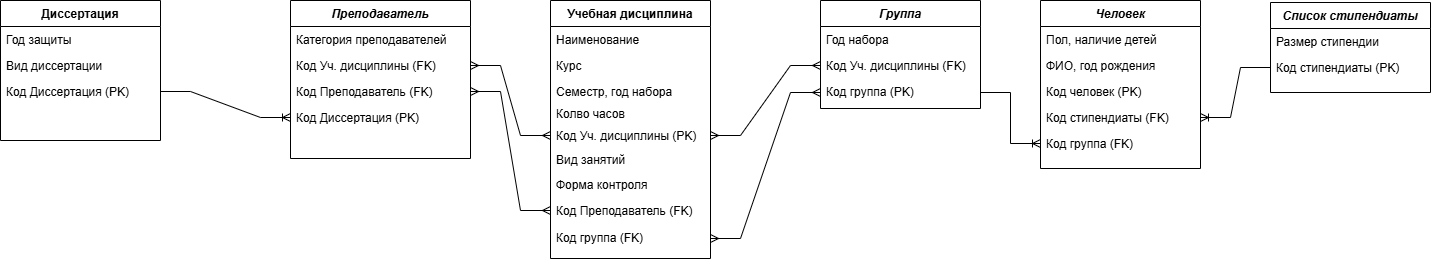
Before: БД 2 Хорошилова.drawio.png, a diagram exported from draw.io (ksinph/PSTU_LABS_2023). Source tidied: cells renumbered, new cells last; positions are measured from the earlier drawing's top-left corner, leaving out a move shared by most shapes.
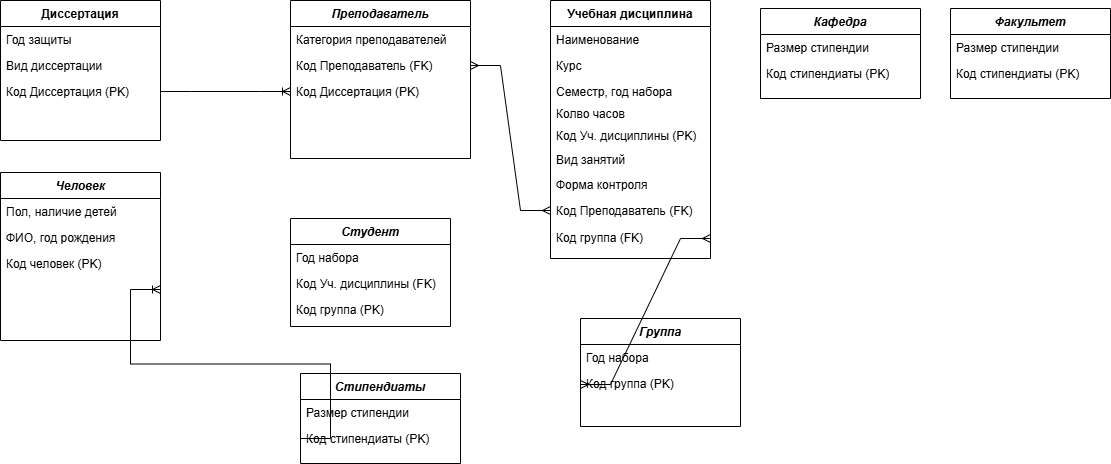
After the change.

What changed in the source:
```diff
@@ -3,7 +3,7 @@
     <mxCell id="0" />
     <mxCell id="1" parent="0" />
     <mxCell id="2" value="Человек" style="swimlane;fontStyle=3;align=center;verticalAlign=top;horizontal=1;startSize=26;rounded=0;shadow=0;strokeWidth=1;" parent="1" vertex="1">
-      <mxGeometry x="1040" width="160" height="168" as="geometry" />
+      <mxGeometry y="172" width="160" height="168" as="geometry" />
     </mxCell>
     <mxCell id="3" value="Пол, наличие детей" style="text;align=left;verticalAlign=top;spacingLeft=4;spacingRight=4;overflow=hidden;" parent="2" vertex="1">
       <mxGeometry y="26" width="160" height="26" as="geometry" />
@@ -14,12 +14,6 @@
     <mxCell id="5" value="Код человек (PK)" style="text;align=left;verticalAlign=top;spacingLeft=4;spacingRight=4;overflow=hidden;rounded=0;shadow=0;html=0;" parent="2" vertex="1">
       <mxGeometry y="78" width="160" height="26" as="geometry" />
     </mxCell>
-    <mxCell id="6" value="Код стипендиаты (FK)" style="text;align=left;verticalAlign=top;spacingLeft=4;spacingRight=4;overflow=hidden;points=[[0,0.5],[1,0.5]];portConstraint=eastwest;" parent="2" vertex="1">
-      <mxGeometry y="104" width="160" height="26" as="geometry" />
-    </mxCell>
-    <mxCell id="7" value="Код группа (FK)" style="text;align=left;verticalAlign=top;spacingLeft=4;spacingRight=4;overflow=hidden;points=[[0,0.5],[1,0.5]];portConstraint=eastwest;" parent="2" vertex="1">
-      <mxGeometry y="130" width="160" height="26" as="geometry" />
-    </mxCell>
     <mxCell id="8" value="Учебная дисциплина" style="swimlane;fontStyle=1;align=center;verticalAlign=top;horizontal=1;startSize=26;rounded=0;shadow=0;strokeWidth=1;" parent="1" vertex="1">
       <mxGeometry x="550" width="160" height="258" as="geometry" />
     </mxCell>
@@ -53,41 +47,35 @@
     <mxCell id="18" value="Форма контроля" style="text;align=left;verticalAlign=top;spacingLeft=4;spacingRight=4;overflow=hidden;" parent="1" vertex="1">
       <mxGeometry x="550" y="171" width="160" height="26" as="geometry" />
     </mxCell>
-    <mxCell id="19" value="Список стипендиаты" style="swimlane;fontStyle=3;align=center;verticalAlign=top;horizontal=1;startSize=26;rounded=0;shadow=0;strokeWidth=1;" parent="1" vertex="1">
-      <mxGeometry x="1270" y="2" width="160" height="90" as="geometry" />
-    </mxCell>
-    <mxCell id="20" value="Размер стипендии" style="text;align=left;verticalAlign=top;spacingLeft=4;spacingRight=4;overflow=hidden;" parent="19" vertex="1">
-      <mxGeometry y="26" width="160" height="26" as="geometry" />
-    </mxCell>
-    <mxCell id="21" value="Код стипендиаты (PK)" style="text;align=left;verticalAlign=top;spacingLeft=4;spacingRight=4;overflow=hidden;points=[[0,0.5],[1,0.5]];portConstraint=eastwest;" parent="19" vertex="1">
-      <mxGeometry y="52" width="160" height="26" as="geometry" />
-    </mxCell>
+    <mxCell id="41" value="Стипендиаты" style="swimlane;fontStyle=3;align=center;verticalAlign=top;horizontal=1;startSize=26;rounded=0;shadow=0;strokeWidth=1;" parent="1" vertex="1">
+      <mxGeometry x="300" y="373" width="160" height="90" as="geometry" />
+    </mxCell>
+    <mxCell id="42" value="Размер стипендии" style="text;align=left;verticalAlign=top;spacingLeft=4;spacingRight=4;overflow=hidden;" parent="41" vertex="1">
+      <mxGeometry y="26" width="160" height="26" as="geometry" />
+    </mxCell>
+    <mxCell id="43" value="Код стипендиаты (PK)" style="text;align=left;verticalAlign=top;spacingLeft=4;spacingRight=4;overflow=hidden;points=[[0,0.5],[1,0.5]];portConstraint=eastwest;" parent="41" vertex="1">
+      <mxGeometry y="52" width="160" height="26" as="geometry" />
+    </mxCell>
     <mxCell id="22" value="Группа" style="swimlane;fontStyle=3;align=center;verticalAlign=top;horizontal=1;startSize=26;rounded=0;shadow=0;strokeWidth=1;" parent="1" vertex="1">
-      <mxGeometry x="820" width="160" height="108" as="geometry" />
+      <mxGeometry x="580" y="318" width="160" height="108" as="geometry" />
     </mxCell>
-    <mxCell id="23" value="Год набора" style="text;align=left;verticalAlign=top;spacingLeft=4;spacingRight=4;overflow=hidden;" parent="22" vertex="1">
-      <mxGeometry y="26" width="160" height="26" as="geometry" />
-    </mxCell>
-    <mxCell id="24" value="Код Уч. дисциплины (FK)" style="text;align=left;verticalAlign=top;spacingLeft=4;spacingRight=4;overflow=hidden;points=[[0,0.5],[1,0.5]];portConstraint=eastwest;" parent="22" vertex="1">
-      <mxGeometry y="52" width="160" height="26" as="geometry" />
-    </mxCell>
-    <mxCell id="25" value="Код группа (PK)" style="text;align=left;verticalAlign=top;spacingLeft=4;spacingRight=4;overflow=hidden;points=[[0,0.5],[1,0.5]];portConstraint=eastwest;" parent="22" vertex="1">
-      <mxGeometry y="78" width="160" height="28" as="geometry" />
-    </mxCell>
+    <mxCell id="44" value="Год набора" style="text;align=left;verticalAlign=top;spacingLeft=4;spacingRight=4;overflow=hidden;" parent="22" vertex="1">
+      <mxGeometry y="26" width="160" height="26" as="geometry" />
+    </mxCell>
+    <mxCell id="45" value="Код группа (PK)" style="text;align=left;verticalAlign=top;spacingLeft=4;spacingRight=4;overflow=hidden;points=[[0,0.5],[1,0.5]];portConstraint=eastwest;" parent="22" vertex="1">
+      <mxGeometry y="52" width="160" height="28" as="geometry" />
+    </mxCell>
     <mxCell id="26" value="Преподаватель" style="swimlane;fontStyle=3;align=center;verticalAlign=top;horizontal=1;startSize=26;rounded=0;shadow=0;strokeWidth=1;" parent="1" vertex="1">
       <mxGeometry x="290" width="180" height="158" as="geometry" />
     </mxCell>
     <mxCell id="27" value="Категория преподавателей" style="text;align=left;verticalAlign=top;spacingLeft=4;spacingRight=4;overflow=hidden;" parent="26" vertex="1">
       <mxGeometry y="26" width="180" height="26" as="geometry" />
     </mxCell>
-    <mxCell id="28" value="Код Уч. дисциплины (FK)" style="text;align=left;verticalAlign=top;spacingLeft=4;spacingRight=4;overflow=hidden;points=[[0,0.5],[1,0.5]];portConstraint=eastwest;" parent="26" vertex="1">
-      <mxGeometry y="52" width="180" height="26" as="geometry" />
-    </mxCell>
     <mxCell id="29" value="Код Преподаватель (FK)" style="text;align=left;verticalAlign=top;spacingLeft=4;spacingRight=4;overflow=hidden;points=[[0,0.5],[1,0.5]];portConstraint=eastwest;" parent="26" vertex="1">
-      <mxGeometry y="78" width="180" height="26" as="geometry" />
+      <mxGeometry y="52" width="180" height="26" as="geometry" />
     </mxCell>
     <mxCell id="30" value="Код Диссертация (PK)" style="text;align=left;verticalAlign=top;spacingLeft=4;spacingRight=4;overflow=hidden;points=[[0,0.5],[1,0.5]];portConstraint=eastwest;rounded=0;shadow=0;html=0;" parent="26" vertex="1">
-      <mxGeometry y="104" width="180" height="26" as="geometry" />
+      <mxGeometry y="78" width="180" height="26" as="geometry" />
     </mxCell>
     <mxCell id="31" value="Код Уч. дисциплины (PK)" style="text;align=left;verticalAlign=top;spacingLeft=4;spacingRight=4;overflow=hidden;points=[[0,0.5],[1,0.5]];portConstraint=eastwest;" parent="1" vertex="1">
       <mxGeometry x="550" y="122" width="160" height="26" as="geometry" />
@@ -98,26 +86,56 @@
     <mxCell id="33" style="edgeStyle=entityRelationEdgeStyle;fontSize=12;html=1;endArrow=ERoneToMany;rounded=0;entryX=0;entryY=0.5;entryDx=0;entryDy=0;exitX=1;exitY=0.5;exitDx=0;exitDy=0;" parent="1" edge="1" source="16" target="30">
       <mxGeometry relative="1" as="geometry" />
     </mxCell>
-    <mxCell id="34" style="edgeStyle=entityRelationEdgeStyle;fontSize=12;html=1;endArrow=ERmany;startArrow=ERmany;rounded=0;exitX=1;exitY=0.5;exitDx=0;exitDy=0;entryX=0;entryY=0.5;entryDx=0;entryDy=0;" parent="1" edge="1" source="28" target="31">
-      <mxGeometry relative="1" as="geometry" />
-    </mxCell>
     <mxCell id="35" style="edgeStyle=entityRelationEdgeStyle;fontSize=12;html=1;endArrow=ERmany;startArrow=ERmany;rounded=0;exitX=1;exitY=0.5;exitDx=0;exitDy=0;entryX=0;entryY=0.5;entryDx=0;entryDy=0;" parent="1" edge="1" source="29" target="32">
       <mxGeometry relative="1" as="geometry" />
     </mxCell>
-    <mxCell id="36" style="edgeStyle=entityRelationEdgeStyle;fontSize=12;html=1;endArrow=ERmany;startArrow=ERmany;rounded=0;exitX=1;exitY=0.5;exitDx=0;exitDy=0;entryX=0;entryY=0.5;entryDx=0;entryDy=0;" parent="1" edge="1" source="37" target="25">
-      <mxGeometry relative="1" as="geometry" />
-    </mxCell>
+    <mxCell id="46" style="edgeStyle=entityRelationEdgeStyle;fontSize=12;html=1;endArrow=ERmany;startArrow=ERmany;rounded=0;exitX=1;exitY=0.5;exitDx=0;exitDy=0;entryX=0;entryY=0.5;entryDx=0;entryDy=0;" parent="1" edge="1" source="37" target="45">
+      <mxGeometry relative="1" as="geometry" />
+    </mxCell>
     <mxCell id="37" value="Код группа (FK)" style="text;align=left;verticalAlign=top;spacingLeft=4;spacingRight=4;overflow=hidden;points=[[0,0.5],[1,0.5]];portConstraint=eastwest;" parent="1" vertex="1">
       <mxGeometry x="550" y="224" width="160" height="28" as="geometry" />
     </mxCell>
-    <mxCell id="38" style="edgeStyle=entityRelationEdgeStyle;fontSize=12;html=1;endArrow=ERoneToMany;rounded=0;exitX=1;exitY=0.5;exitDx=0;exitDy=0;entryX=0;entryY=0.5;entryDx=0;entryDy=0;" parent="1" edge="1" source="25" target="7">
-      <mxGeometry relative="1" as="geometry" />
-    </mxCell>
-    <mxCell id="39" style="edgeStyle=entityRelationEdgeStyle;fontSize=12;html=1;endArrow=ERoneToMany;rounded=0;entryX=1;entryY=0.5;entryDx=0;entryDy=0;exitX=0;exitY=0.5;exitDx=0;exitDy=0;" parent="1" edge="1" source="21" target="6">
-      <mxGeometry relative="1" as="geometry" />
-    </mxCell>
-    <mxCell id="40" style="edgeStyle=entityRelationEdgeStyle;fontSize=12;html=1;endArrow=ERmany;startArrow=ERmany;rounded=0;exitX=1;exitY=0.5;exitDx=0;exitDy=0;entryX=0;entryY=0.5;entryDx=0;entryDy=0;" parent="1" edge="1" source="31" target="24">
-      <mxGeometry relative="1" as="geometry" />
-    </mxCell>
+    <mxCell id="47" style="edgeStyle=entityRelationEdgeStyle;fontSize=12;html=1;endArrow=ERoneToMany;rounded=0;entryX=1;entryY=0.5;entryDx=0;entryDy=0;exitX=0;exitY=0.5;exitDx=0;exitDy=0;" parent="1" edge="1" source="43">
+      <mxGeometry relative="1" as="geometry">
+        <mxPoint x="160" y="289" as="targetPoint" />
+        <Array as="points">
+          <mxPoint x="200" y="328" />
+          <mxPoint x="190" y="328" />
+          <mxPoint x="-640" y="-372" />
+          <mxPoint x="190" y="318" />
+          <mxPoint x="210" y="318" />
+        </Array>
+      </mxGeometry>
+    </mxCell>
+    <mxCell id="48" value="Кафедра" style="swimlane;fontStyle=3;align=center;verticalAlign=top;horizontal=1;startSize=26;rounded=0;shadow=0;strokeWidth=1;" parent="1" vertex="1">
+      <mxGeometry x="760" y="8" width="160" height="90" as="geometry" />
+    </mxCell>
+    <mxCell id="49" value="Размер стипендии" style="text;align=left;verticalAlign=top;spacingLeft=4;spacingRight=4;overflow=hidden;" parent="48" vertex="1">
+      <mxGeometry y="26" width="160" height="26" as="geometry" />
+    </mxCell>
+    <mxCell id="50" value="Код стипендиаты (PK)" style="text;align=left;verticalAlign=top;spacingLeft=4;spacingRight=4;overflow=hidden;" parent="48" vertex="1">
+      <mxGeometry y="52" width="160" height="26" as="geometry" />
+    </mxCell>
+    <mxCell id="51" value="Студент" style="swimlane;fontStyle=3;align=center;verticalAlign=top;horizontal=1;startSize=26;rounded=0;shadow=0;strokeWidth=1;" parent="1" vertex="1">
+      <mxGeometry x="290" y="218" width="160" height="108" as="geometry" />
+    </mxCell>
+    <mxCell id="52" value="Год набора" style="text;align=left;verticalAlign=top;spacingLeft=4;spacingRight=4;overflow=hidden;" parent="51" vertex="1">
+      <mxGeometry y="26" width="160" height="26" as="geometry" />
+    </mxCell>
+    <mxCell id="24" value="Код Уч. дисциплины (FK)" style="text;align=left;verticalAlign=top;spacingLeft=4;spacingRight=4;overflow=hidden;points=[[0,0.5],[1,0.5]];portConstraint=eastwest;" parent="51" vertex="1">
+      <mxGeometry y="52" width="160" height="26" as="geometry" />
+    </mxCell>
+    <mxCell id="25" value="Код группа (PK)" style="text;align=left;verticalAlign=top;spacingLeft=4;spacingRight=4;overflow=hidden;points=[[0,0.5],[1,0.5]];portConstraint=eastwest;" parent="51" vertex="1">
+      <mxGeometry y="78" width="160" height="28" as="geometry" />
+    </mxCell>
+    <mxCell id="53" value="Факультет" style="swimlane;fontStyle=3;align=center;verticalAlign=top;horizontal=1;startSize=26;rounded=0;shadow=0;strokeWidth=1;" parent="1" vertex="1">
+      <mxGeometry x="950" y="8" width="160" height="90" as="geometry" />
+    </mxCell>
+    <mxCell id="54" value="Размер стипендии" style="text;align=left;verticalAlign=top;spacingLeft=4;spacingRight=4;overflow=hidden;" parent="53" vertex="1">
+      <mxGeometry y="26" width="160" height="26" as="geometry" />
+    </mxCell>
+    <mxCell id="55" value="Код стипендиаты (PK)" style="text;align=left;verticalAlign=top;spacingLeft=4;spacingRight=4;overflow=hidden;" parent="53" vertex="1">
+      <mxGeometry y="52" width="160" height="26" as="geometry" />
+    </mxCell>
   </root>
 </mxGraphModel>
```
